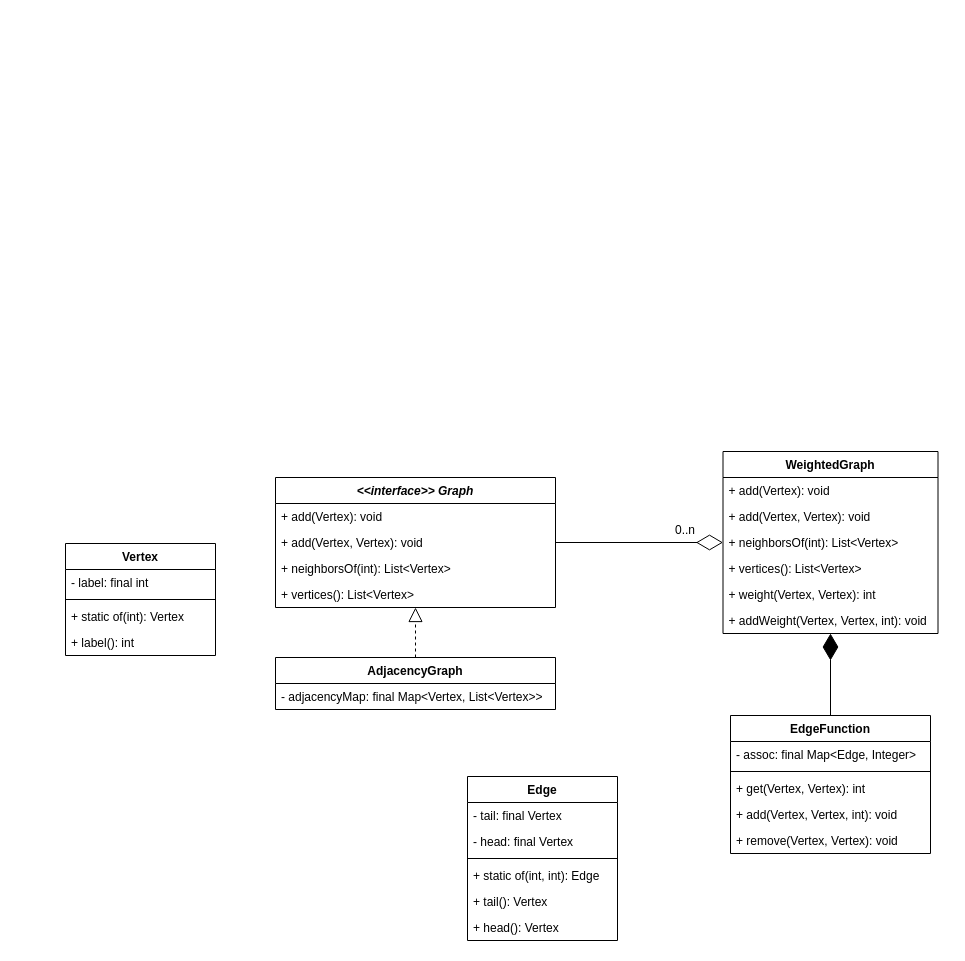
mgmu/jraf keeps this draw.io diagram as docs/graph.drawio. Above is the earlier version. Source tidied: cells renumbered, new cells numbered last; positions are measured from the earlier drawing's top-left corner, leaving out a move shared by most shapes. Both pictures are drawn from the tidied source at 100%, with x=0, y=0 at pixel (65, 451).
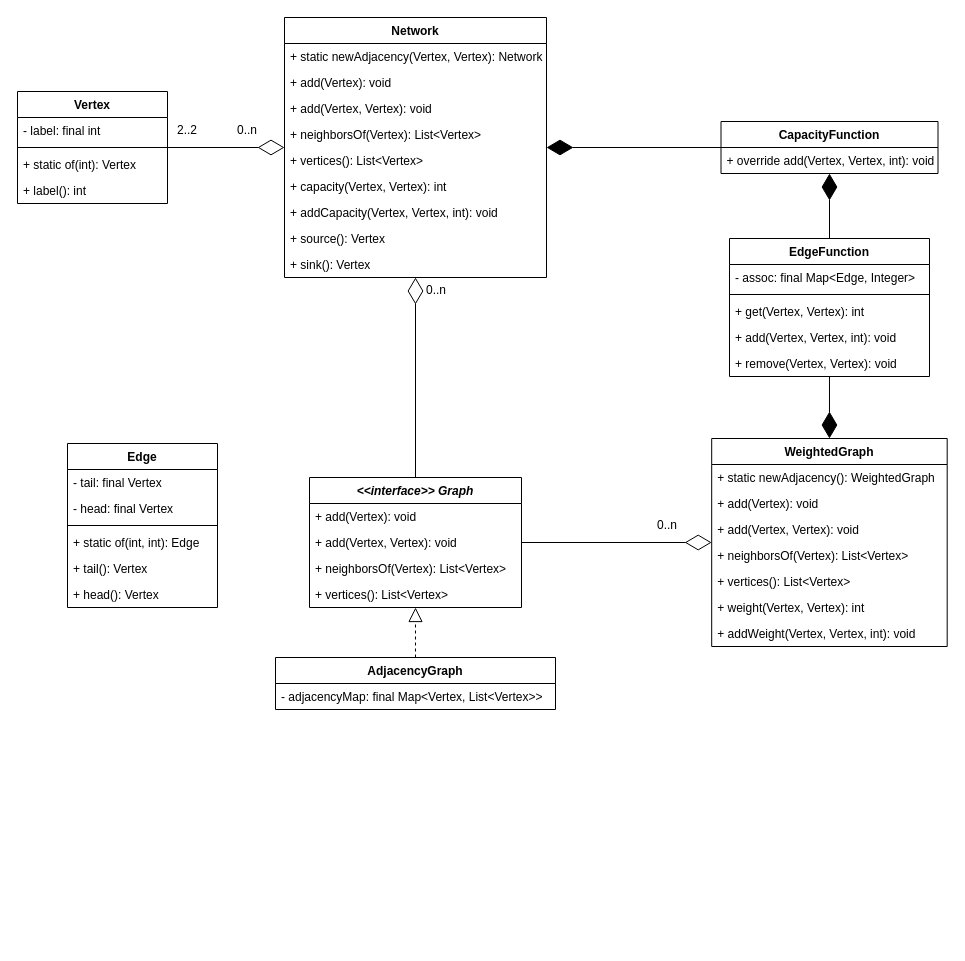
Above is the later version.

What changed in the source:
```diff
@@
     <mxCell id="2" value="&lt;&lt;interface&gt;&gt; Graph" style="swimlane;fontStyle=3;align=center;verticalAlign=top;horizontal=1;startSize=26;" parent="1" vertex="1">
-      <mxGeometry x="210" y="26" width="280" height="130" as="geometry" />
+      <mxGeometry x="244" y="26" width="212" height="130" as="geometry" />
     </mxCell>
     <mxCell id="3" value="+ add(Vertex): void" style="text;strokeColor=none;fillColor=none;align=left;verticalAlign=top;spacingLeft=4;spacingRight=4;overflow=hidden;" parent="2" vertex="1">
-      <mxGeometry y="26" width="280" height="26" as="geometry" />
+      <mxGeometry y="26" width="212" height="26" as="geometry" />
     </mxCell>
     <mxCell id="4" value="+ add(Vertex, Vertex): void" style="text;strokeColor=none;fillColor=none;align=left;verticalAlign=top;spacingLeft=4;spacingRight=4;overflow=hidden;" parent="2" vertex="1">
-      <mxGeometry y="52" width="280" height="26" as="geometry" />
+      <mxGeometry y="52" width="212" height="26" as="geometry" />
     </mxCell>
-    <mxCell id="5" value="+ neighborsOf(int): List&lt;Vertex&gt;" style="text;strokeColor=none;fillColor=none;align=left;verticalAlign=top;spacingLeft=4;spacingRight=4;overflow=hidden;" parent="2" vertex="1">
-      <mxGeometry y="78" width="280" height="26" as="geometry" />
+    <mxCell id="5" value="+ neighborsOf(Vertex): List&lt;Vertex&gt;" style="text;strokeColor=none;fillColor=none;align=left;verticalAlign=top;spacingLeft=4;spacingRight=4;overflow=hidden;" parent="2" vertex="1">
+      <mxGeometry y="78" width="212" height="26" as="geometry" />
     </mxCell>
     <mxCell id="6" value="+ vertices(): List&lt;Vertex&gt;" style="text;strokeColor=none;fillColor=none;align=left;verticalAlign=top;spacingLeft=4;spacingRight=4;overflow=hidden;" parent="2" vertex="1">
-      <mxGeometry y="104" width="280" height="26" as="geometry" />
+      <mxGeometry y="104" width="212" height="26" as="geometry" />
     </mxCell>
@@
     <mxCell id="10" value="Vertex" style="swimlane;fontStyle=1;align=center;verticalAlign=top;horizontal=1;startSize=26;" parent="1" vertex="1">
-      <mxGeometry y="92" width="150" height="112" as="geometry" />
+      <mxGeometry x="-48" y="-360" width="150" height="112" as="geometry" />
     </mxCell>
@@
     <mxCell id="15" value="EdgeFunction" style="swimlane;fontStyle=1;align=center;verticalAlign=top;horizontal=1;startSize=26;" parent="1" vertex="1">
-      <mxGeometry x="665" y="264" width="200" height="138" as="geometry" />
+      <mxGeometry x="664" y="-213" width="200" height="138" as="geometry" />
     </mxCell>
@@
     <mxCell id="21" value="WeightedGraph" style="swimlane;fontStyle=1;align=center;verticalAlign=top;horizontal=1;startSize=26;" parent="1" vertex="1">
-      <mxGeometry x="657.5" width="215" height="182" as="geometry" />
+      <mxGeometry x="646.2" y="-13" width="235.5" height="208" as="geometry" />
     </mxCell>
+    <mxCell id="38" value="+ static newAdjacency(): WeightedGraph" style="text;strokeColor=none;fillColor=none;align=left;verticalAlign=top;spacingLeft=4;spacingRight=4;overflow=hidden;" parent="21" vertex="1">
+      <mxGeometry y="26" width="235.5" height="26" as="geometry" />
+    </mxCell>
     <mxCell id="22" value="+ add(Vertex): void" style="text;strokeColor=none;fillColor=none;align=left;verticalAlign=top;spacingLeft=4;spacingRight=4;overflow=hidden;" parent="21" vertex="1">
-      <mxGeometry y="26" width="215" height="26" as="geometry" />
+      <mxGeometry y="52" width="235.5" height="26" as="geometry" />
     </mxCell>
     <mxCell id="23" value="+ add(Vertex, Vertex): void" style="text;strokeColor=none;fillColor=none;align=left;verticalAlign=top;spacingLeft=4;spacingRight=4;overflow=hidden;" parent="21" vertex="1">
-      <mxGeometry y="52" width="215" height="26" as="geometry" />
+      <mxGeometry y="78" width="235.5" height="26" as="geometry" />
     </mxCell>
-    <mxCell id="24" value="+ neighborsOf(int): List&lt;Vertex&gt;" style="text;strokeColor=none;fillColor=none;align=left;verticalAlign=top;spacingLeft=4;spacingRight=4;overflow=hidden;" parent="21" vertex="1">
-      <mxGeometry y="78" width="215" height="26" as="geometry" />
+    <mxCell id="24" value="+ neighborsOf(Vertex): List&lt;Vertex&gt;" style="text;strokeColor=none;fillColor=none;align=left;verticalAlign=top;spacingLeft=4;spacingRight=4;overflow=hidden;" parent="21" vertex="1">
+      <mxGeometry y="104" width="235.5" height="26" as="geometry" />
     </mxCell>
     <mxCell id="25" value="+ vertices(): List&lt;Vertex&gt;" style="text;strokeColor=none;fillColor=none;align=left;verticalAlign=top;spacingLeft=4;spacingRight=4;overflow=hidden;" parent="21" vertex="1">
-      <mxGeometry y="104" width="215" height="26" as="geometry" />
+      <mxGeometry y="130" width="235.5" height="26" as="geometry" />
     </mxCell>
     <mxCell id="26" value="+ weight(Vertex, Vertex): int" style="text;strokeColor=none;fillColor=none;align=left;verticalAlign=top;spacingLeft=4;spacingRight=4;overflow=hidden;" parent="21" vertex="1">
-      <mxGeometry y="130" width="215" height="26" as="geometry" />
+      <mxGeometry y="156" width="235.5" height="26" as="geometry" />
     </mxCell>
     <mxCell id="27" value="+ addWeight(Vertex, Vertex, int): void" style="text;strokeColor=none;fillColor=none;align=left;verticalAlign=top;spacingLeft=4;spacingRight=4;overflow=hidden;" parent="21" vertex="1">
-      <mxGeometry y="156" width="215" height="26" as="geometry" />
+      <mxGeometry y="182" width="235.5" height="26" as="geometry" />
     </mxCell>
@@
     <mxCell id="29" value="0..n" style="text;html=1;strokeColor=none;fillColor=none;align=center;verticalAlign=middle;whiteSpace=wrap;rounded=0;" parent="1" vertex="1">
-      <mxGeometry x="590" y="63.5" width="60" height="30" as="geometry" />
+      <mxGeometry x="572" y="59" width="60" height="30" as="geometry" />
     </mxCell>
@@
     <mxCell id="31" value="Edge" style="swimlane;fontStyle=1;align=center;verticalAlign=top;horizontal=1;startSize=26;" parent="1" vertex="1">
-      <mxGeometry x="402" y="325" width="150" height="164" as="geometry" />
+      <mxGeometry x="2" y="-8" width="150" height="164" as="geometry" />
     </mxCell>
@@
+    <mxCell id="39" value="Network" style="swimlane;fontStyle=1;align=center;verticalAlign=top;horizontal=1;startSize=26;" parent="1" vertex="1">
+      <mxGeometry x="219" y="-434" width="262" height="260" as="geometry" />
+    </mxCell>
+    <mxCell id="40" value="+ static newAdjacency(Vertex, Vertex): Network" style="text;strokeColor=none;fillColor=none;align=left;verticalAlign=top;spacingLeft=4;spacingRight=4;overflow=hidden;" parent="39" vertex="1">
+      <mxGeometry y="26" width="262" height="26" as="geometry" />
+    </mxCell>
+    <mxCell id="41" value="+ add(Vertex): void" style="text;strokeColor=none;fillColor=none;align=left;verticalAlign=top;spacingLeft=4;spacingRight=4;overflow=hidden;" parent="39" vertex="1">
+      <mxGeometry y="52" width="262" height="26" as="geometry" />
+    </mxCell>
+    <mxCell id="42" value="+ add(Vertex, Vertex): void" style="text;strokeColor=none;fillColor=none;align=left;verticalAlign=top;spacingLeft=4;spacingRight=4;overflow=hidden;" parent="39" vertex="1">
+      <mxGeometry y="78" width="262" height="26" as="geometry" />
+    </mxCell>
+    <mxCell id="43" value="+ neighborsOf(Vertex): List&lt;Vertex&gt;" style="text;strokeColor=none;fillColor=none;align=left;verticalAlign=top;spacingLeft=4;spacingRight=4;overflow=hidden;" parent="39" vertex="1">
+      <mxGeometry y="104" width="262" height="26" as="geometry" />
+    </mxCell>
+    <mxCell id="44" value="+ vertices(): List&lt;Vertex&gt;" style="text;strokeColor=none;fillColor=none;align=left;verticalAlign=top;spacingLeft=4;spacingRight=4;overflow=hidden;" parent="39" vertex="1">
+      <mxGeometry y="130" width="262" height="26" as="geometry" />
+    </mxCell>
+    <mxCell id="45" value="+ capacity(Vertex, Vertex): int" style="text;strokeColor=none;fillColor=none;align=left;verticalAlign=top;spacingLeft=4;spacingRight=4;overflow=hidden;" parent="39" vertex="1">
+      <mxGeometry y="156" width="262" height="26" as="geometry" />
+    </mxCell>
+    <mxCell id="46" value="+ addCapacity(Vertex, Vertex, int): void" style="text;strokeColor=none;fillColor=none;align=left;verticalAlign=top;spacingLeft=4;spacingRight=4;overflow=hidden;" parent="39" vertex="1">
+      <mxGeometry y="182" width="262" height="26" as="geometry" />
+    </mxCell>
+    <mxCell id="47" value="+ source(): Vertex" style="text;strokeColor=none;fillColor=none;align=left;verticalAlign=top;spacingLeft=4;spacingRight=4;overflow=hidden;" parent="39" vertex="1">
+      <mxGeometry y="208" width="262" height="26" as="geometry" />
+    </mxCell>
+    <mxCell id="48" value="+ sink(): Vertex" style="text;strokeColor=none;fillColor=none;align=left;verticalAlign=top;spacingLeft=4;spacingRight=4;overflow=hidden;" parent="39" vertex="1">
+      <mxGeometry y="234" width="262" height="26" as="geometry" />
+    </mxCell>
+    <mxCell id="49" style="endArrow=diamondThin;endFill=0;endSize=24;html=1;rounded=0;" parent="1" edge="1" source="2" target="39">
+      <mxGeometry relative="1" as="geometry" />
+    </mxCell>
+    <mxCell id="50" value="0..n" style="text;html=1;strokeColor=none;fillColor=none;align=center;verticalAlign=middle;whiteSpace=wrap;rounded=0;" parent="1" vertex="1">
+      <mxGeometry x="341" y="-176" width="60" height="30" as="geometry" />
+    </mxCell>
+    <mxCell id="51" value="CapacityFunction" style="swimlane;fontStyle=1;align=center;verticalAlign=top;horizontal=1;startSize=26;" parent="1" vertex="1">
+      <mxGeometry x="655.5" y="-330" width="217" height="52" as="geometry" />
+    </mxCell>
+    <mxCell id="52" value="+ override add(Vertex, Vertex, int): void" style="text;strokeColor=none;fillColor=none;align=left;verticalAlign=top;spacingLeft=4;spacingRight=4;overflow=hidden;" parent="51" vertex="1">
+      <mxGeometry y="26" width="217" height="26" as="geometry" />
+    </mxCell>
+    <mxCell id="53" style="endArrow=diamondThin;endFill=1;endSize=24;html=1;rounded=0;" parent="1" edge="1" source="15" target="51">
+      <mxGeometry relative="1" as="geometry" />
+    </mxCell>
+    <mxCell id="54" style="endArrow=diamondThin;endFill=1;endSize=24;html=1;rounded=0;" parent="1" edge="1" source="51" target="39">
+      <mxGeometry relative="1" as="geometry" />
+    </mxCell>
+    <mxCell id="55" value="0..n" style="text;html=1;strokeColor=none;fillColor=none;align=center;verticalAlign=middle;whiteSpace=wrap;rounded=0;" parent="1" vertex="1">
+      <mxGeometry x="152" y="-336" width="60" height="30" as="geometry" />
+    </mxCell>
+    <mxCell id="56" style="endArrow=diamondThin;endFill=0;endSize=24;html=1;rounded=0;" parent="1" edge="1" source="10" target="39">
+      <mxGeometry relative="1" as="geometry" />
+    </mxCell>
+    <mxCell id="57" value="2..2" style="text;html=1;strokeColor=none;fillColor=none;align=center;verticalAlign=middle;whiteSpace=wrap;rounded=0;" parent="1" vertex="1">
+      <mxGeometry x="92" y="-336" width="60" height="30" as="geometry" />
+    </mxCell>
```
